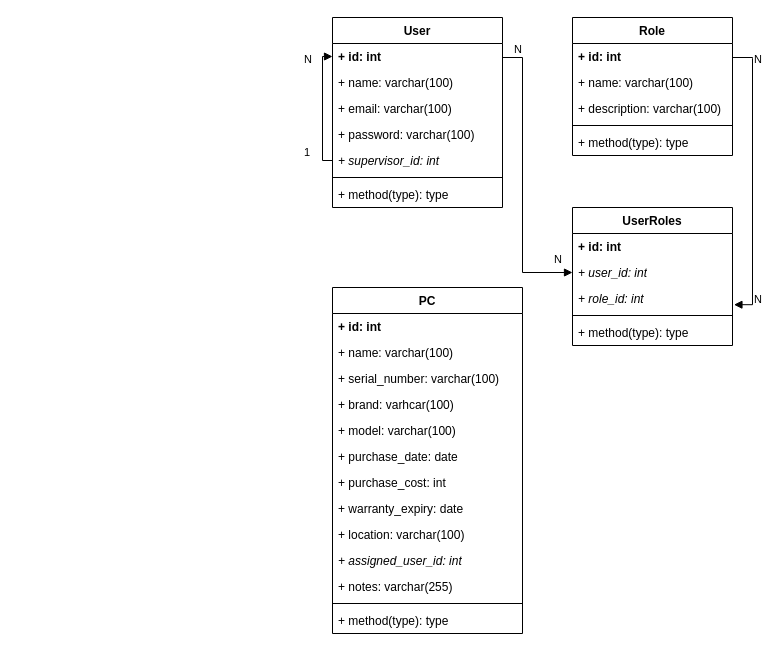
csik-patrik/thesis keeps this draw.io diagram as database.drawio. Above is the earlier version. Source tidied: cells renumbered, new cells numbered last; positions are measured from the earlier drawing's top-left corner, leaving out a move shared by most shapes. Both pictures are drawn from the tidied source at 100%, with x=0, y=0 at pixel (302, 17).
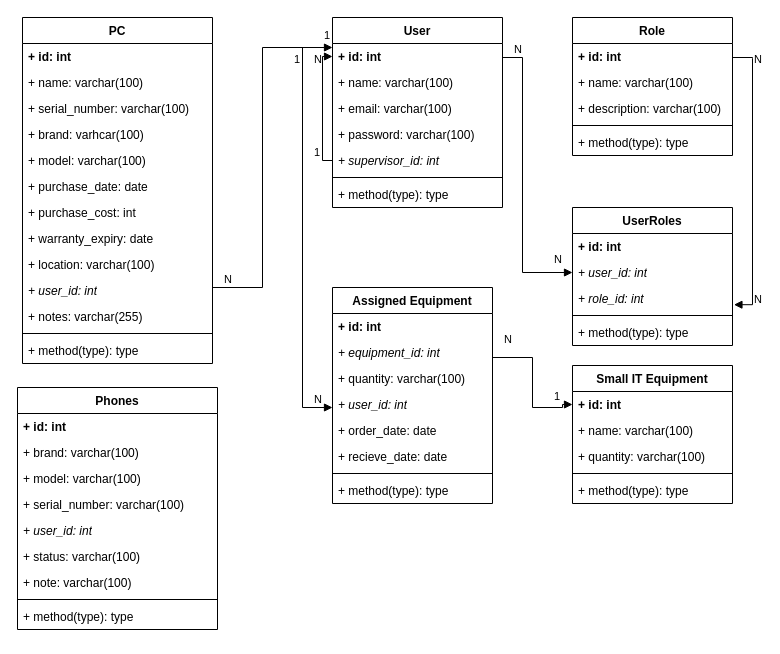
The same diagram, later.

The change refers to these unchanged cells:
```xml
<mxCell id="3" value="+ id: int" style="text;strokeColor=none;fillColor=none;align=left;verticalAlign=top;spacingLeft=4;spacingRight=4;overflow=hidden;points=[[0,0.5],[1,0.5]];portConstraint=eastwest;fontStyle=1;" parent="2" vertex="1">
  <mxGeometry y="26" width="170" height="26" as="geometry" />
</mxCell>
<mxCell id="10" style="endArrow=block;endFill=1;html=1;edgeStyle=orthogonalEdgeStyle;align=left;verticalAlign=top;rounded=0;" parent="2" edge="1" source="7" target="3">
  <mxGeometry x="-0.84" y="-17" relative="1" as="geometry">
    <Array as="points">
      <mxPoint x="-10" y="143" />
      <mxPoint x="-10" y="39" />
    </Array>
    <mxPoint x="-17" y="17" as="offset" />
  </mxGeometry>
</mxCell>
```

Diff of the diagram source:
```diff
@@
     <mxCell id="11" value="1" style="edgeLabel;html=1;align=left;verticalAlign=bottom;" parent="10" vertex="1">
       <mxGeometry x="-1" relative="1" as="geometry">
-        <mxPoint x="-30" as="offset" />
+        <mxPoint x="-20" as="offset" />
       </mxGeometry>
     </mxCell>
@@
     <mxCell id="20" value="N" style="edgeLabel;html=1;align=left;verticalAlign=bottom;" parent="1" vertex="1">
-      <mxGeometry y="50" as="geometry" />
+      <mxGeometry x="10" y="50" as="geometry" />
     </mxCell>
@@
     <mxCell id="31" value="PC" style="swimlane;fontStyle=1;align=center;verticalAlign=top;horizontal=1;startSize=26;whiteSpace=wrap;html=1;" parent="1" vertex="1">
-      <mxGeometry x="30" y="270" width="190" height="346" as="geometry" />
+      <mxGeometry x="-280" width="190" height="346" as="geometry" />
     </mxCell>
@@
-    <mxCell id="41" value="&lt;i&gt;+ assigned_user_id: int&lt;/i&gt;" style="text;strokeColor=none;fillColor=none;align=left;verticalAlign=top;spacingLeft=4;spacingRight=4;overflow=hidden;whiteSpace=wrap;html=1;" parent="31" vertex="1">
+    <mxCell id="41" value="&lt;i&gt;+ user_id: int&lt;/i&gt;" style="text;strokeColor=none;fillColor=none;align=left;verticalAlign=top;spacingLeft=4;spacingRight=4;overflow=hidden;whiteSpace=wrap;html=1;" parent="31" vertex="1">
       <mxGeometry y="260" width="190" height="26" as="geometry" />
     </mxCell>
@@
+    <mxCell id="45" style="endArrow=block;endFill=1;html=1;edgeStyle=orthogonalEdgeStyle;align=left;verticalAlign=top;rounded=0;entryX=0;entryY=0.154;entryDx=0;entryDy=0;entryPerimeter=0;" parent="1" edge="1" target="3">
+      <mxGeometry x="-1" relative="1" as="geometry">
+        <mxPoint x="-90" y="270" as="sourcePoint" />
+        <Array as="points">
+          <mxPoint x="-40" y="270" />
+          <mxPoint x="-40" y="30" />
+        </Array>
+      </mxGeometry>
+    </mxCell>
+    <mxCell id="46" value="1" style="edgeLabel;html=1;align=left;verticalAlign=bottom;" parent="45" vertex="1">
+      <mxGeometry x="-1" relative="1" as="geometry">
+        <mxPoint x="110" y="-244" as="offset" />
+      </mxGeometry>
+    </mxCell>
+    <mxCell id="47" value="N" style="edgeLabel;html=1;align=left;verticalAlign=bottom;" parent="1" vertex="1">
+      <mxGeometry x="-80" y="270" as="geometry" />
+    </mxCell>
+    <mxCell id="48" value="Small IT Equipment" style="swimlane;fontStyle=1;align=center;verticalAlign=top;horizontal=1;startSize=26;whiteSpace=wrap;html=1;" parent="1" vertex="1">
+      <mxGeometry x="270" y="348" width="160" height="138" as="geometry" />
+    </mxCell>
+    <mxCell id="49" value="&lt;b&gt;+ id: int&lt;/b&gt;" style="text;strokeColor=none;fillColor=none;align=left;verticalAlign=top;spacingLeft=4;spacingRight=4;overflow=hidden;points=[[0,0.5],[1,0.5]];portConstraint=eastwest;whiteSpace=wrap;html=1;" parent="48" vertex="1">
+      <mxGeometry y="26" width="160" height="26" as="geometry" />
+    </mxCell>
+    <mxCell id="50" value="+ name: varchar(100)" style="text;strokeColor=none;fillColor=none;align=left;verticalAlign=top;spacingLeft=4;spacingRight=4;overflow=hidden;whiteSpace=wrap;html=1;" parent="48" vertex="1">
+      <mxGeometry y="52" width="160" height="26" as="geometry" />
+    </mxCell>
+    <mxCell id="51" value="+ quantity: varchar(100)&lt;br&gt;" style="text;strokeColor=none;fillColor=none;align=left;verticalAlign=top;spacingLeft=4;spacingRight=4;overflow=hidden;whiteSpace=wrap;html=1;" parent="48" vertex="1">
+      <mxGeometry y="78" width="160" height="26" as="geometry" />
+    </mxCell>
+    <mxCell id="52" style="line;strokeWidth=1;fillColor=none;align=left;verticalAlign=middle;spacingTop=-1;spacingLeft=3;spacingRight=3;labelPosition=right;strokeColor=inherit;" parent="48" vertex="1">
+      <mxGeometry y="104" width="160" height="8" as="geometry" />
+    </mxCell>
+    <mxCell id="53" value="+ method(type): type" style="text;strokeColor=none;fillColor=none;align=left;verticalAlign=top;spacingLeft=4;spacingRight=4;overflow=hidden;whiteSpace=wrap;html=1;" parent="48" vertex="1">
+      <mxGeometry y="112" width="160" height="26" as="geometry" />
+    </mxCell>
+    <mxCell id="54" value="Assigned Equipment" style="swimlane;fontStyle=1;align=center;verticalAlign=top;horizontal=1;startSize=26;whiteSpace=wrap;html=1;" parent="1" vertex="1">
+      <mxGeometry x="30" y="270" width="160" height="216" as="geometry" />
+    </mxCell>
+    <mxCell id="55" value="&lt;b&gt;+ id: int&lt;/b&gt;" style="text;strokeColor=none;fillColor=none;align=left;verticalAlign=top;spacingLeft=4;spacingRight=4;overflow=hidden;whiteSpace=wrap;html=1;" parent="54" vertex="1">
+      <mxGeometry y="26" width="160" height="26" as="geometry" />
+    </mxCell>
+    <mxCell id="56" value="&lt;i&gt;+ equipment_id: int&lt;/i&gt;" style="text;strokeColor=none;fillColor=none;align=left;verticalAlign=top;spacingLeft=4;spacingRight=4;overflow=hidden;whiteSpace=wrap;html=1;" parent="54" vertex="1">
+      <mxGeometry y="52" width="160" height="26" as="geometry" />
+    </mxCell>
+    <mxCell id="57" value="+ quantity: varchar(100)&lt;br&gt;" style="text;strokeColor=none;fillColor=none;align=left;verticalAlign=top;spacingLeft=4;spacingRight=4;overflow=hidden;whiteSpace=wrap;html=1;" parent="54" vertex="1">
+      <mxGeometry y="78" width="160" height="26" as="geometry" />
+    </mxCell>
+    <mxCell id="58" value="&lt;i&gt;+ user_id: int&lt;/i&gt;" style="text;strokeColor=none;fillColor=none;align=left;verticalAlign=top;spacingLeft=4;spacingRight=4;overflow=hidden;points=[[0,0.5],[1,0.5]];portConstraint=eastwest;whiteSpace=wrap;html=1;" parent="54" vertex="1">
+      <mxGeometry y="104" width="160" height="26" as="geometry" />
+    </mxCell>
+    <mxCell id="59" value="+ order_date: date" style="text;strokeColor=none;fillColor=none;align=left;verticalAlign=top;spacingLeft=4;spacingRight=4;overflow=hidden;whiteSpace=wrap;html=1;" parent="54" vertex="1">
+      <mxGeometry y="130" width="160" height="26" as="geometry" />
+    </mxCell>
+    <mxCell id="60" value="+ recieve_date: date" style="text;strokeColor=none;fillColor=none;align=left;verticalAlign=top;spacingLeft=4;spacingRight=4;overflow=hidden;whiteSpace=wrap;html=1;" parent="54" vertex="1">
+      <mxGeometry y="156" width="160" height="26" as="geometry" />
+    </mxCell>
+    <mxCell id="61" style="line;strokeWidth=1;fillColor=none;align=left;verticalAlign=middle;spacingTop=-1;spacingLeft=3;spacingRight=3;labelPosition=right;strokeColor=inherit;" parent="54" vertex="1">
+      <mxGeometry y="182" width="160" height="8" as="geometry" />
+    </mxCell>
+    <mxCell id="62" value="+ method(type): type" style="text;strokeColor=none;fillColor=none;align=left;verticalAlign=top;spacingLeft=4;spacingRight=4;overflow=hidden;whiteSpace=wrap;html=1;" parent="54" vertex="1">
+      <mxGeometry y="190" width="160" height="26" as="geometry" />
+    </mxCell>
+    <mxCell id="63" style="endArrow=block;endFill=1;html=1;edgeStyle=orthogonalEdgeStyle;align=left;verticalAlign=top;rounded=0;exitX=1;exitY=0.5;exitDx=0;exitDy=0;" parent="1" edge="1" target="58">
+      <mxGeometry x="-1" y="-20" relative="1" as="geometry">
+        <mxPoint x="-20" y="30" as="sourcePoint" />
+        <Array as="points">
+          <mxPoint y="30" />
+          <mxPoint y="390" />
+        </Array>
+      </mxGeometry>
+    </mxCell>
+    <mxCell id="64" value="1" style="edgeLabel;html=1;align=left;verticalAlign=bottom;" parent="1" vertex="1">
+      <mxGeometry x="-10" y="50" as="geometry" />
+    </mxCell>
+    <mxCell id="65" value="N" style="edgeLabel;html=1;align=left;verticalAlign=bottom;" parent="1" vertex="1">
+      <mxGeometry x="10" y="390" as="geometry" />
+    </mxCell>
+    <mxCell id="66" style="endArrow=block;endFill=1;html=1;edgeStyle=orthogonalEdgeStyle;align=left;verticalAlign=top;rounded=0;entryX=0;entryY=0.5;entryDx=0;entryDy=0;" parent="1" edge="1" target="49">
+      <mxGeometry x="-1" relative="1" as="geometry">
+        <mxPoint x="190" y="340" as="sourcePoint" />
+        <Array as="points">
+          <mxPoint x="230" y="340" />
+          <mxPoint x="230" y="390" />
+          <mxPoint x="260" y="390" />
+          <mxPoint x="260" y="387" />
+        </Array>
+      </mxGeometry>
+    </mxCell>
+    <mxCell id="67" value="1" style="edgeLabel;html=1;align=left;verticalAlign=bottom;" parent="66" vertex="1">
+      <mxGeometry x="-1" relative="1" as="geometry">
+        <mxPoint x="60" y="47" as="offset" />
+      </mxGeometry>
+    </mxCell>
+    <mxCell id="68" value="N" style="edgeLabel;html=1;align=left;verticalAlign=bottom;" parent="1" vertex="1">
+      <mxGeometry x="200" y="330" as="geometry" />
+    </mxCell>
+    <mxCell id="69" value="Phones" style="swimlane;fontStyle=1;align=center;verticalAlign=top;horizontal=1;startSize=26;whiteSpace=wrap;html=1;" parent="1" vertex="1">
+      <mxGeometry x="-285" y="370" width="200" height="242" as="geometry" />
+    </mxCell>
+    <mxCell id="70" value="&lt;b&gt;+ id: int&lt;/b&gt;" style="text;strokeColor=none;fillColor=none;align=left;verticalAlign=top;spacingLeft=4;spacingRight=4;overflow=hidden;whiteSpace=wrap;html=1;" parent="69" vertex="1">
+      <mxGeometry y="26" width="200" height="26" as="geometry" />
+    </mxCell>
+    <mxCell id="71" value="+ brand: varchar(100)" style="text;strokeColor=none;fillColor=none;align=left;verticalAlign=top;spacingLeft=4;spacingRight=4;overflow=hidden;whiteSpace=wrap;html=1;" parent="69" vertex="1">
+      <mxGeometry y="52" width="200" height="26" as="geometry" />
+    </mxCell>
+    <mxCell id="72" value="+ model: varchar(100)" style="text;strokeColor=none;fillColor=none;align=left;verticalAlign=top;spacingLeft=4;spacingRight=4;overflow=hidden;whiteSpace=wrap;html=1;" parent="69" vertex="1">
+      <mxGeometry y="78" width="200" height="26" as="geometry" />
+    </mxCell>
+    <mxCell id="73" value="+ serial_number: varchar(100)" style="text;strokeColor=none;fillColor=none;align=left;verticalAlign=top;spacingLeft=4;spacingRight=4;overflow=hidden;whiteSpace=wrap;html=1;" parent="69" vertex="1">
+      <mxGeometry y="104" width="200" height="26" as="geometry" />
+    </mxCell>
+    <mxCell id="74" value="&lt;i&gt;+ user_id: int&lt;/i&gt;" style="text;strokeColor=none;fillColor=none;align=left;verticalAlign=top;spacingLeft=4;spacingRight=4;overflow=hidden;whiteSpace=wrap;html=1;" parent="69" vertex="1">
+      <mxGeometry y="130" width="200" height="26" as="geometry" />
+    </mxCell>
+    <mxCell id="75" value="+ status: varchar(100)" style="text;strokeColor=none;fillColor=none;align=left;verticalAlign=top;spacingLeft=4;spacingRight=4;overflow=hidden;whiteSpace=wrap;html=1;" parent="69" vertex="1">
+      <mxGeometry y="156" width="200" height="26" as="geometry" />
+    </mxCell>
+    <mxCell id="76" value="+ note: varchar(100)" style="text;strokeColor=none;fillColor=none;align=left;verticalAlign=top;spacingLeft=4;spacingRight=4;overflow=hidden;whiteSpace=wrap;html=1;" parent="69" vertex="1">
+      <mxGeometry y="182" width="200" height="26" as="geometry" />
+    </mxCell>
+    <mxCell id="77" style="line;strokeWidth=1;fillColor=none;align=left;verticalAlign=middle;spacingTop=-1;spacingLeft=3;spacingRight=3;labelPosition=right;strokeColor=inherit;" parent="69" vertex="1">
+      <mxGeometry y="208" width="200" height="8" as="geometry" />
+    </mxCell>
+    <mxCell id="78" value="+ method(type): type" style="text;strokeColor=none;fillColor=none;align=left;verticalAlign=top;spacingLeft=4;spacingRight=4;overflow=hidden;whiteSpace=wrap;html=1;" parent="69" vertex="1">
+      <mxGeometry y="216" width="200" height="26" as="geometry" />
+    </mxCell>
```
